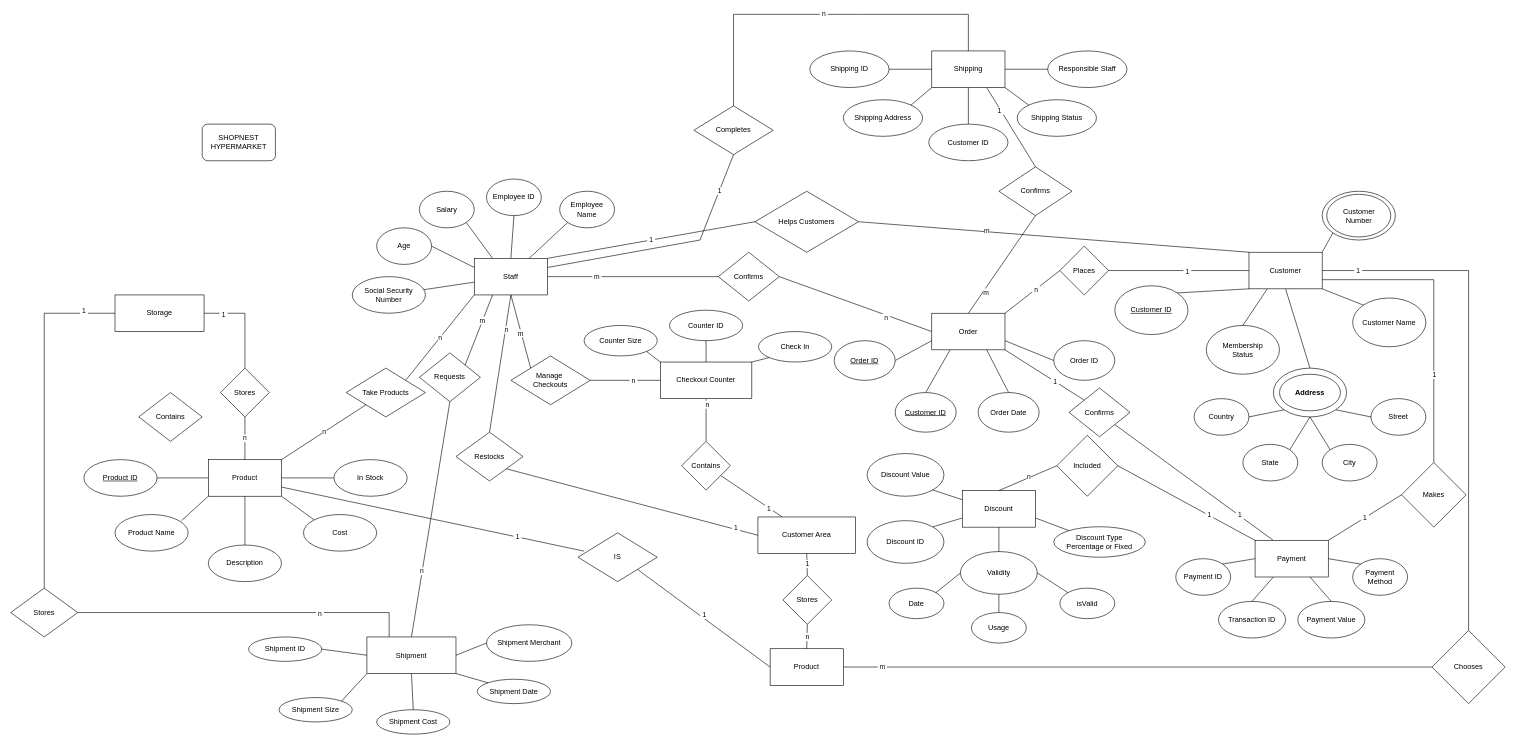
Earlier version of the draw.io diagram Untitled Diagram.drawio (abobymotaki/uncharted). Source tidied: cells renumbered, new cells numbered last; positions are measured from the earlier drawing's top-left corner, leaving out a move shared by most shapes. Both pictures are drawn from the tidied source at 61%, with x=0, y=0 at pixel (10, 14).
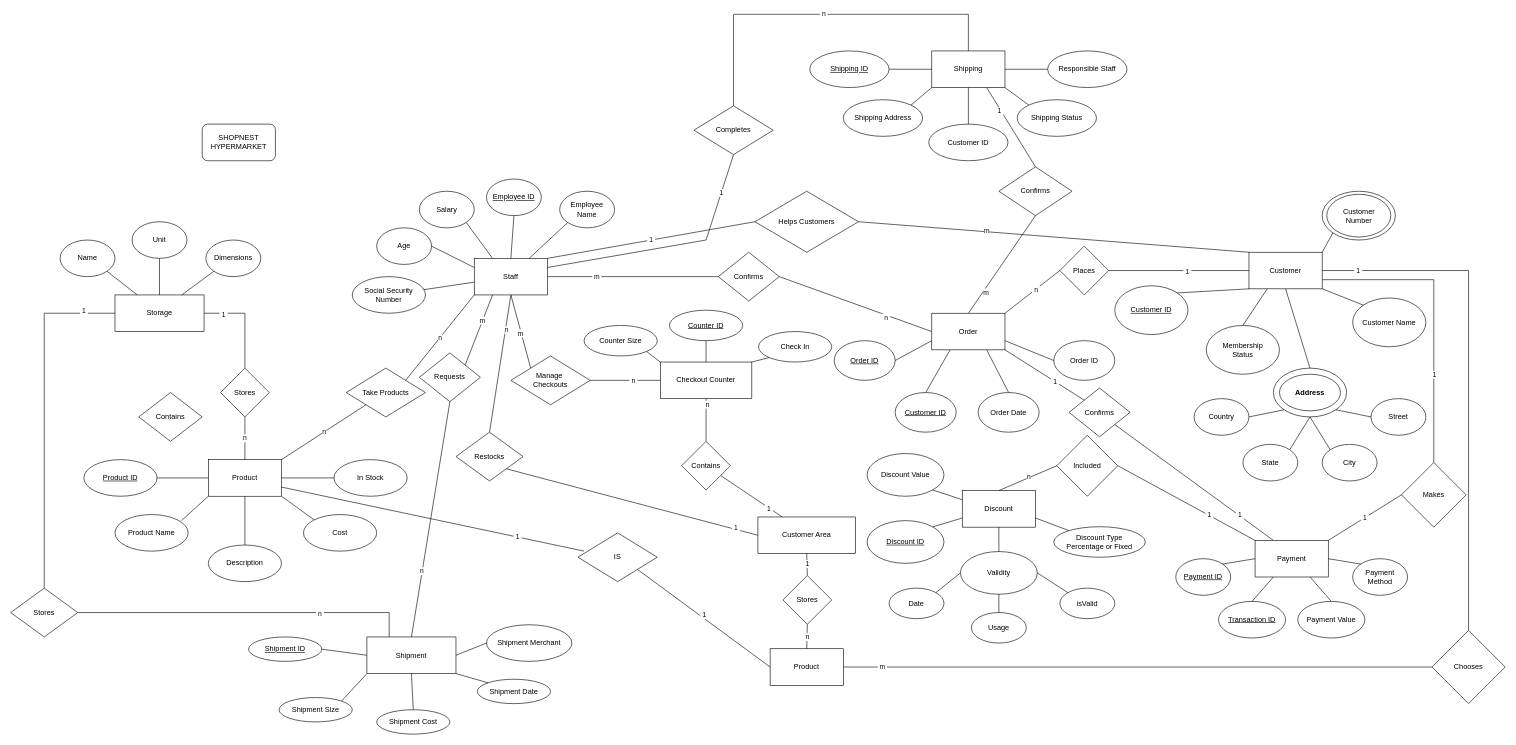
Above is the later version.

The change refers to these unchanged cells:
```xml
<mxCell id="3" value="Storage" style="rounded=0;whiteSpace=wrap;html=1;" parent="1" vertex="1">
  <mxGeometry x="171" y="460" width="146" height="60" as="geometry" />
</mxCell>
<mxCell id="67" value="Completes" style="rhombus;whiteSpace=wrap;html=1;" parent="1" vertex="1">
  <mxGeometry x="1120" y="150" width="130" height="80" as="geometry" />
</mxCell>
<mxCell id="71" style="group;textOpacity=0;" parent="1" vertex="1">
  <mxGeometry x="560" y="270" width="430" height="220" as="geometry" />
</mxCell>
<mxCell id="73" value="Staff" style="rounded=0;whiteSpace=wrap;html=1;" parent="71" vertex="1">
  <mxGeometry x="200" y="130" width="120" height="60" as="geometry" />
</mxCell>
<mxCell id="98" style="group;" parent="1" vertex="1">
  <mxGeometry x="390" y="1000.7" width="530" height="179.3" as="geometry" />
</mxCell>
<mxCell id="110" style="group;" parent="1" vertex="1">
  <mxGeometry x="1404" y="720" width="456" height="310.7" as="geometry" />
</mxCell>
<mxCell id="128" style="group;" parent="1" vertex="1">
  <mxGeometry x="1910" y="862.4" width="380" height="160" as="geometry" />
</mxCell>
<mxCell id="164" style="group;" parent="1" vertex="1">
  <mxGeometry x="1310" y="60" width="520" height="180" as="geometry" />
</mxCell>
<mxCell id="190" style="group;" parent="1" vertex="1">
  <mxGeometry x="940" y="485" width="406" height="145" as="geometry" />
</mxCell>
```

Diff of the diagram source:
```diff
@@
     <mxCell id="68" style="endArrow=none;html=1;rounded=0;exitX=1;exitY=0.25;exitDx=0;exitDy=0;entryX=0.5;entryY=1;entryDx=0;entryDy=0;" parent="1" edge="1" source="73" target="67">
       <mxGeometry relative="1" as="geometry">
         <Array as="points">
-          <mxPoint x="1130" y="370" />
+          <mxPoint x="1140" y="370" />
         </Array>
       </mxGeometry>
     </mxCell>
@@
-    <mxCell id="75" value="Employee ID" style="ellipse;whiteSpace=wrap;html=1;" parent="71" vertex="1">
+    <mxCell id="75" value="Employee ID" style="ellipse;whiteSpace=wrap;html=1;fontStyle=4;" parent="71" vertex="1">
       <mxGeometry x="220" width="90" height="60" as="geometry" />
     </mxCell>
@@
-    <mxCell id="103" value="Shipment ID" style="ellipse;whiteSpace=wrap;html=1;" parent="98" vertex="1">
+    <mxCell id="103" value="Shipment ID" style="ellipse;whiteSpace=wrap;html=1;fontStyle=4;" parent="98" vertex="1">
       <mxGeometry y="20" width="120" height="40" as="geometry" />
     </mxCell>
@@
-    <mxCell id="122" value="Discount ID" style="ellipse;whiteSpace=wrap;html=1;" parent="110" vertex="1">
+    <mxCell id="122" value="Discount ID" style="ellipse;whiteSpace=wrap;html=1;fontStyle=4;" parent="110" vertex="1">
       <mxGeometry y="110" width="126" height="70" as="geometry" />
     </mxCell>
@@
-    <mxCell id="130" value="Payment ID" style="ellipse;whiteSpace=wrap;html=1;" parent="128" vertex="1">
+    <mxCell id="130" value="Payment ID" style="ellipse;whiteSpace=wrap;html=1;fontStyle=4;" parent="128" vertex="1">
       <mxGeometry y="30" width="90" height="60" as="geometry" />
     </mxCell>
-    <mxCell id="131" value="Transaction ID" style="ellipse;whiteSpace=wrap;html=1;" parent="128" vertex="1">
+    <mxCell id="131" value="Transaction ID" style="ellipse;whiteSpace=wrap;html=1;fontStyle=4;" parent="128" vertex="1">
       <mxGeometry x="70" y="100" width="110" height="60" as="geometry" />
     </mxCell>
@@
-    <mxCell id="166" value="Shipping ID" style="ellipse;whiteSpace=wrap;html=1;" parent="164" vertex="1">
+    <mxCell id="166" value="&lt;u&gt;Shipping ID&lt;/u&gt;" style="ellipse;whiteSpace=wrap;html=1;" parent="164" vertex="1">
       <mxGeometry width="130" height="60" as="geometry" />
     </mxCell>
@@
-    <mxCell id="194" value="Counter ID" style="ellipse;whiteSpace=wrap;html=1;" parent="190" vertex="1">
+    <mxCell id="194" value="Counter ID" style="ellipse;whiteSpace=wrap;html=1;fontStyle=4;" parent="190" vertex="1">
       <mxGeometry x="140" width="120" height="50" as="geometry" />
     </mxCell>
@@
+    <mxCell id="208" value="Unit" style="ellipse;whiteSpace=wrap;html=1;" parent="1" vertex="1">
+      <mxGeometry x="199" y="340" width="90" height="60" as="geometry" />
+    </mxCell>
+    <mxCell id="209" value="Name" style="ellipse;whiteSpace=wrap;html=1;" parent="1" vertex="1">
+      <mxGeometry x="81" y="370" width="90" height="60" as="geometry" />
+    </mxCell>
+    <mxCell id="210" value="Dimensions" style="ellipse;whiteSpace=wrap;html=1;" parent="1" vertex="1">
+      <mxGeometry x="320" y="370" width="90" height="60" as="geometry" />
+    </mxCell>
+    <mxCell id="211" style="endArrow=none;html=1;rounded=0;entryX=0.25;entryY=0;entryDx=0;entryDy=0;exitX=1;exitY=1;exitDx=0;exitDy=0;" parent="1" edge="1" source="209" target="3">
+      <mxGeometry relative="1" as="geometry" />
+    </mxCell>
+    <mxCell id="212" style="endArrow=none;html=1;rounded=0;entryX=0.5;entryY=1;entryDx=0;entryDy=0;exitX=0.5;exitY=0;exitDx=0;exitDy=0;" parent="1" edge="1" source="3" target="208">
+      <mxGeometry relative="1" as="geometry" />
+    </mxCell>
+    <mxCell id="213" style="endArrow=none;html=1;rounded=0;entryX=0;entryY=1;entryDx=0;entryDy=0;exitX=0.75;exitY=0;exitDx=0;exitDy=0;" parent="1" edge="1" source="3" target="210">
+      <mxGeometry relative="1" as="geometry" />
+    </mxCell>
```
